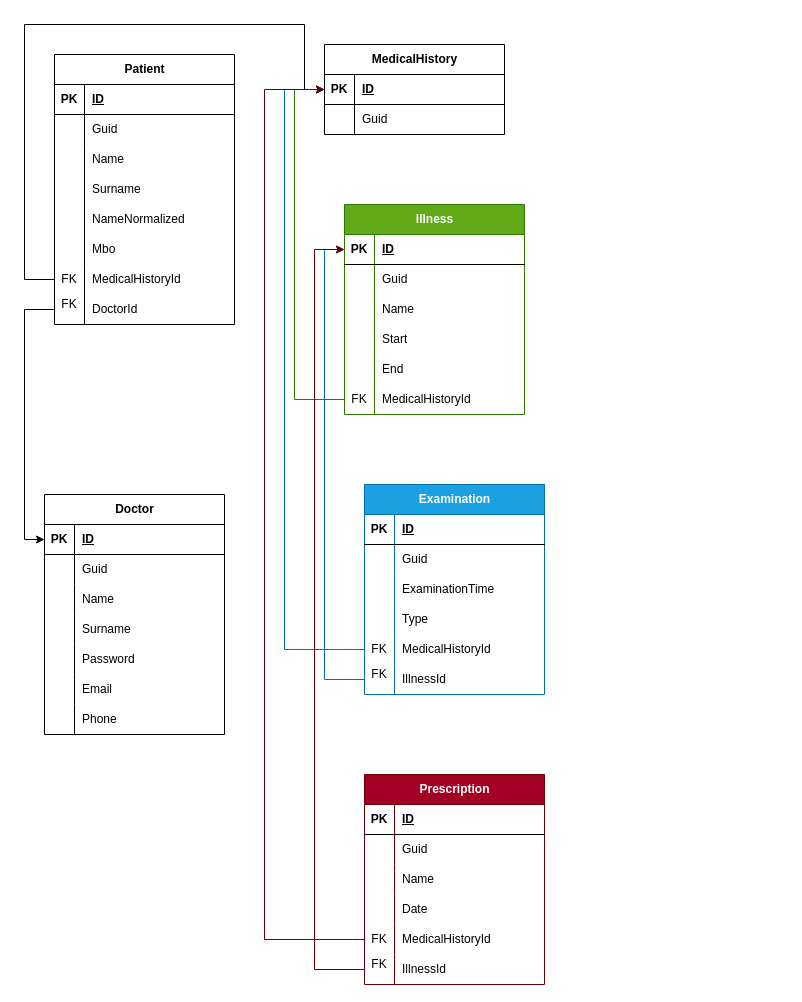
killi1812/PatientManager keeps this draw.io diagram as ER-diagram.drawio. Above is the earlier version. Source tidied: cells renumbered, new cells numbered last; positions are measured from the earlier drawing's top-left corner, leaving out a move shared by most shapes. Both pictures are drawn from the tidied source at 100%, with x=0, y=0 at pixel (24, 24).
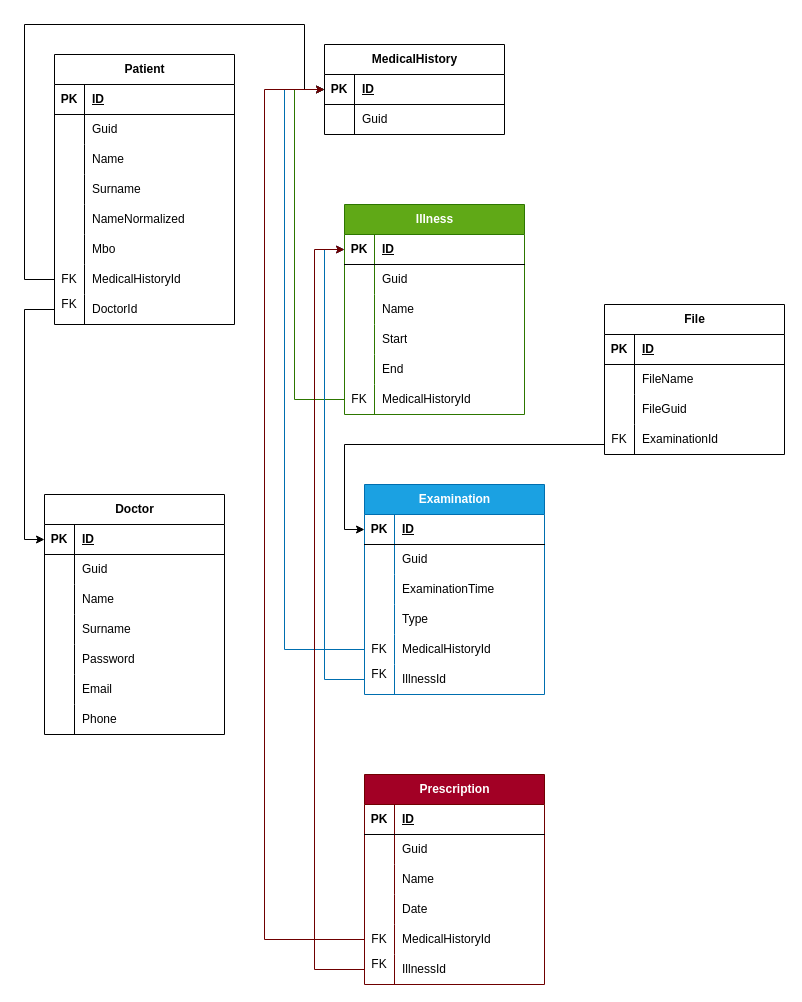
After the change.

Unchanged cells that the change refers to:
```xml
<mxCell id="78" style="shape=tableRow;horizontal=0;startSize=0;swimlaneHead=0;swimlaneBody=0;fillColor=none;points=[[0,0.5],[1,0.5]];portConstraint=eastwest;top=0;left=0;right=0;bottom=1;" parent="77" vertex="1">
  <mxGeometry y="30" width="180" height="30" as="geometry" />
</mxCell>
```

The edit, as a diff of the source:
```diff
@@
+    <mxCell id="120" value="File" style="shape=table;startSize=30;childLayout=tableLayout;rowLines=0;fontStyle=1;align=center;html=1;" parent="1" vertex="1">
+      <mxGeometry x="580" y="280" width="180" height="150" as="geometry" />
+    </mxCell>
+    <mxCell id="121" style="shape=tableRow;horizontal=0;startSize=0;swimlaneHead=0;swimlaneBody=0;fillColor=none;top=0;left=0;right=0;bottom=1;" parent="120" vertex="1">
+      <mxGeometry y="30" width="180" height="30" as="geometry" />
+    </mxCell>
+    <mxCell id="122" value="PK" style="shape=partialRectangle;fillColor=none;top=0;left=0;bottom=0;right=0;fontStyle=1;overflow=hidden;whiteSpace=wrap;html=1;" parent="121" vertex="1">
+      <mxGeometry width="30" height="30" as="geometry" />
+    </mxCell>
+    <mxCell id="123" value="ID" style="shape=partialRectangle;fillColor=none;top=0;left=0;bottom=0;right=0;align=left;spacingLeft=6;fontStyle=5;overflow=hidden;whiteSpace=wrap;html=1;" parent="121" vertex="1">
+      <mxGeometry x="30" width="150" height="30" as="geometry" />
+    </mxCell>
+    <mxCell id="124" style="shape=tableRow;horizontal=0;startSize=0;swimlaneHead=0;swimlaneBody=0;fillColor=none;top=0;left=0;right=0;bottom=0;" parent="120" vertex="1">
+      <mxGeometry y="60" width="180" height="30" as="geometry" />
+    </mxCell>
+    <mxCell id="125" style="shape=partialRectangle;fillColor=none;top=0;left=0;bottom=0;right=0;overflow=hidden;whiteSpace=wrap;html=1;" parent="124" vertex="1">
+      <mxGeometry width="30" height="30" as="geometry" />
+    </mxCell>
+    <mxCell id="126" value="FileName" style="shape=partialRectangle;fillColor=none;top=0;left=0;bottom=0;right=0;align=left;spacingLeft=6;overflow=hidden;whiteSpace=wrap;html=1;" parent="124" vertex="1">
+      <mxGeometry x="30" width="150" height="30" as="geometry" />
+    </mxCell>
+    <mxCell id="127" style="shape=tableRow;horizontal=0;startSize=0;swimlaneHead=0;swimlaneBody=0;fillColor=none;top=0;left=0;right=0;bottom=0;" parent="120" vertex="1">
+      <mxGeometry y="90" width="180" height="30" as="geometry" />
+    </mxCell>
+    <mxCell id="128" style="shape=partialRectangle;fillColor=none;top=0;left=0;bottom=0;right=0;overflow=hidden;whiteSpace=wrap;html=1;" parent="127" vertex="1">
+      <mxGeometry width="30" height="30" as="geometry" />
+    </mxCell>
+    <mxCell id="129" value="FileGuid" style="shape=partialRectangle;fillColor=none;top=0;left=0;bottom=0;right=0;align=left;spacingLeft=6;overflow=hidden;whiteSpace=wrap;html=1;" parent="127" vertex="1">
+      <mxGeometry x="30" width="150" height="30" as="geometry" />
+    </mxCell>
+    <mxCell id="130" style="shape=tableRow;horizontal=0;startSize=0;swimlaneHead=0;swimlaneBody=0;fillColor=none;points=[[0,0.5],[1,0.5]];portConstraint=eastwest;top=0;left=0;right=0;bottom=0;" parent="120" vertex="1">
+      <mxGeometry y="120" width="180" height="30" as="geometry" />
+    </mxCell>
+    <mxCell id="131" value="FK" style="shape=partialRectangle;fillColor=none;top=0;left=0;bottom=0;right=0;overflow=hidden;whiteSpace=wrap;html=1;" parent="130" vertex="1">
+      <mxGeometry width="30" height="30" as="geometry" />
+    </mxCell>
+    <mxCell id="132" value="ExaminationId" style="shape=partialRectangle;fillColor=none;top=0;left=0;bottom=0;right=0;align=left;spacingLeft=6;overflow=hidden;whiteSpace=wrap;html=1;" parent="130" vertex="1">
+      <mxGeometry x="30" width="150" height="30" as="geometry" />
+    </mxCell>
+    <mxCell id="133" style="edgeStyle=orthogonalEdgeStyle;rounded=0;jettySize=auto;html=1;exitX=0;exitY=0.5;exitDx=0;exitDy=0;entryX=0;entryY=0.5;entryDx=0;entryDy=0;" parent="1" edge="1" source="130" target="78">
+      <mxGeometry relative="1" as="geometry">
+        <Array as="points">
+          <mxPoint x="580" y="420" />
+          <mxPoint x="320" y="420" />
+          <mxPoint x="320" y="505" />
+        </Array>
+      </mxGeometry>
+    </mxCell>
```
